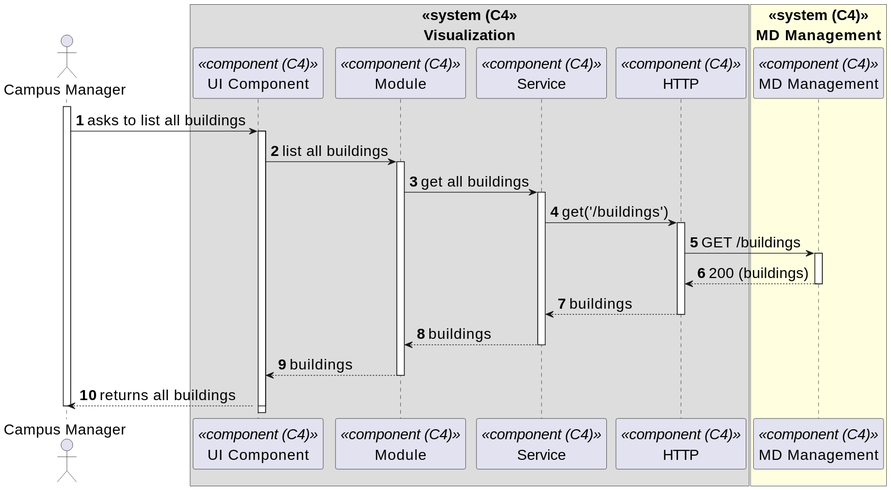
This is _wiki/sprint-b/us-1160/views/level-3/assets/process-view.svg from miseEnPlace-dev/lapr5, a PlantUML export, as it was before one commit.
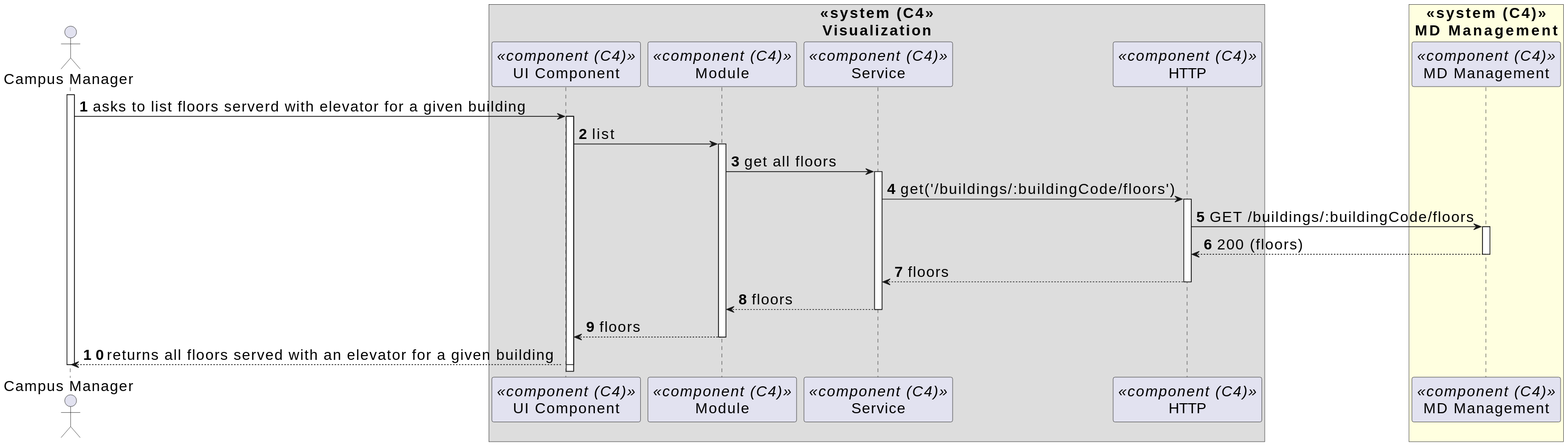
Later version of the same file.

The edit, as a diff of the source:
```diff
@@ -17,32 +17,32 @@
 
 activate CM
 
-CM -> CMP : asks to list all buildings
+CM -> CMP : asks to list floors serverd with elevator for a given building
 activate CMP
 
 activate CMP
-CMP -> MOD : list all buildings
+CMP -> MOD : list
 activate MOD
-MOD -> SRV : get all buildings
+MOD -> SRV : get all floors
 activate SRV
-SRV -> HTTP : get('/buildings')
+SRV -> HTTP : get('/buildings/:buildingCode/floors')
 
 activate HTTP
 
-HTTP -> MDM : GET /buildings
+HTTP -> MDM : GET /buildings/:buildingCode/floors
 activate MDM
-MDM --> HTTP : 200 (buildings)
+MDM --> HTTP : 200 (floors)
 deactivate MDM
 
-HTTP --> SRV : buildings
+HTTP --> SRV : floors
 deactivate HTTP
 
-SRV --> MOD : buildings
+SRV --> MOD : floors
 deactivate SRV
-MOD --> CMP : buildings
+MOD --> CMP : floors
 deactivate MOD
 
-CM <-- CMP : returns all buildings
+CM <-- CMP : returns all floors served with an elevator for a given building
 deactivate CMP
 
 
```
